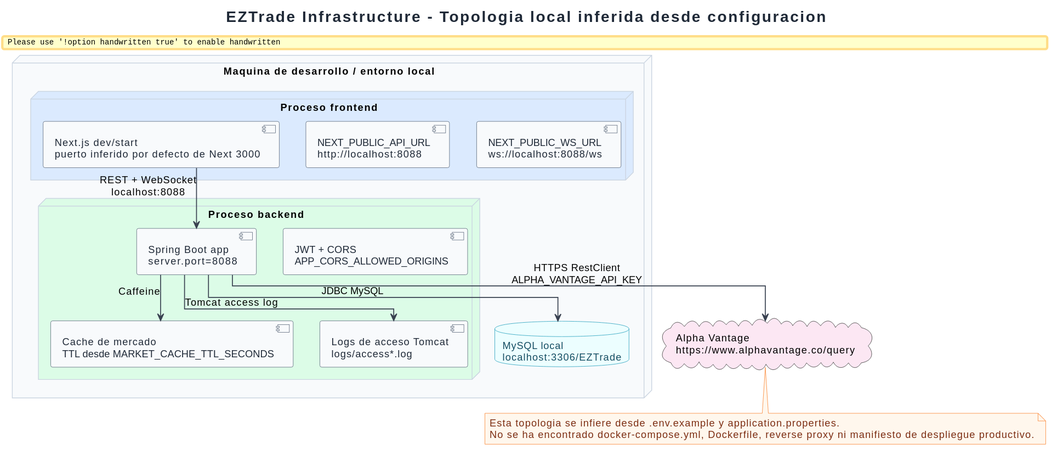
Above: EZTrade/docs/engineering-diagrams/06-devops-infrastructure/rendered/runtime-topology-local.svg in SergioGarciaRuiz557/EZTrade (PlantUML), before the change. The source it was exported from:
```plantuml
@startuml
!include ../../common/eztrade-style.puml

title EZTrade Infrastructure - Topologia local inferida desde configuracion

node "Maquina de desarrollo / entorno local" as Local {
  node "Proceso frontend" as FrontNode EZ_FRONTEND {
    component "Next.js dev/start\npuerto inferido por defecto de Next 3000" as Next
    component "NEXT_PUBLIC_API_URL\nhttp://localhost:8088" as ApiEnv
    component "NEXT_PUBLIC_WS_URL\nws://localhost:8088/ws" as WsEnv
  }

  node "Proceso backend" as BackNode EZ_BACKEND {
    component "Spring Boot app\nserver.port=8088" as Spring
    component "JWT + CORS\nAPP_CORS_ALLOWED_ORIGINS" as SecurityConfig
    component "Cache de mercado\nTTL desde MARKET_CACHE_TTL_SECONDS" as Cache
    component "Logs de acceso Tomcat\nlogs/access*.log" as AccessLogs
  }

  database "MySQL local\nlocalhost:3306/EZTrade" as MySQL EZ_DB
}

cloud "Alpha Vantage\nhttps://www.alphavantage.co/query" as Alpha EZ_EXTERNAL

Next --> Spring : REST + WebSocket\nlocalhost:8088
Spring --> MySQL : JDBC MySQL
Spring --> Alpha : HTTPS RestClient\nALPHA_VANTAGE_API_KEY
Spring --> AccessLogs : Tomcat access log
Spring --> Cache : Caffeine

note bottom
Esta topologia se infiere desde .env.example y application.properties.
No se ha encontrado docker-compose.yml, Dockerfile, reverse proxy ni manifiesto de despliegue productivo.
end note
@enduml
```
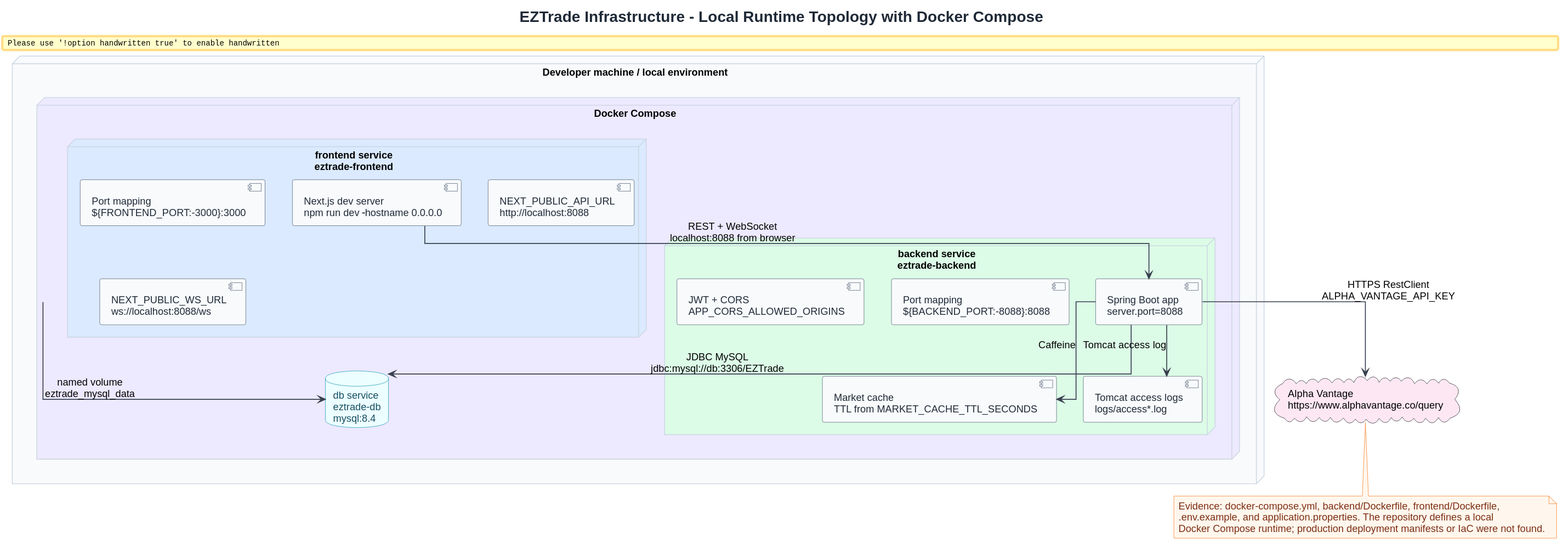
After the change.

Diff of the diagram source:
```diff
@@ -1,35 +1,41 @@
 @startuml
 !include ../../common/eztrade-style.puml
 
-title EZTrade Infrastructure - Topologia local inferida desde configuracion
+title EZTrade Infrastructure - Local Runtime Topology with Docker Compose
 
-node "Maquina de desarrollo / entorno local" as Local {
-  node "Proceso frontend" as FrontNode EZ_FRONTEND {
-    component "Next.js dev/start\npuerto inferido por defecto de Next 3000" as Next
-    component "NEXT_PUBLIC_API_URL\nhttp://localhost:8088" as ApiEnv
-    component "NEXT_PUBLIC_WS_URL\nws://localhost:8088/ws" as WsEnv
+node "Developer machine / local environment" as Local {
+  node "Docker Compose" as Compose EZ_DEVOPS {
+    node "frontend service\neztrade-frontend" as FrontNode EZ_FRONTEND {
+      component "Next.js dev server\nnpm run dev -- --hostname 0.0.0.0" as Next
+      component "Port mapping\n${FRONTEND_PORT:-3000}:3000" as FrontPort
+      component "NEXT_PUBLIC_API_URL\nhttp://localhost:8088" as ApiEnv
+      component "NEXT_PUBLIC_WS_URL\nws://localhost:8088/ws" as WsEnv
+    }
+
+    node "backend service\neztrade-backend" as BackNode EZ_BACKEND {
+      component "Spring Boot app\nserver.port=8088" as Spring
+      component "Port mapping\n${BACKEND_PORT:-8088}:8088" as BackPort
+      component "JWT + CORS\nAPP_CORS_ALLOWED_ORIGINS" as SecurityConfig
+      component "Market cache\nTTL from MARKET_CACHE_TTL_SECONDS" as Cache
+      component "Tomcat access logs\nlogs/access*.log" as AccessLogs
+    }
+
+    database "db service\neztrade-db\nmysql:8.4" as MySQL EZ_DB
   }
-
-  node "Proceso backend" as BackNode EZ_BACKEND {
-    component "Spring Boot app\nserver.port=8088" as Spring
-    component "JWT + CORS\nAPP_CORS_ALLOWED_ORIGINS" as SecurityConfig
-    component "Cache de mercado\nTTL desde MARKET_CACHE_TTL_SECONDS" as Cache
-    component "Logs de acceso Tomcat\nlogs/access*.log" as AccessLogs
-  }
-
-  database "MySQL local\nlocalhost:3306/EZTrade" as MySQL EZ_DB
 }
 
 cloud "Alpha Vantage\nhttps://www.alphavantage.co/query" as Alpha EZ_EXTERNAL
 
-Next --> Spring : REST + WebSocket\nlocalhost:8088
-Spring --> MySQL : JDBC MySQL
+Next --> Spring : REST + WebSocket\nlocalhost:8088 from browser
+Spring --> MySQL : JDBC MySQL\njdbc:mysql://db:3306/EZTrade
 Spring --> Alpha : HTTPS RestClient\nALPHA_VANTAGE_API_KEY
 Spring --> AccessLogs : Tomcat access log
 Spring --> Cache : Caffeine
+Compose --> MySQL : named volume\neztrade_mysql_data
 
 note bottom
-Esta topologia se infiere desde .env.example y application.properties.
-No se ha encontrado docker-compose.yml, Dockerfile, reverse proxy ni manifiesto de despliegue productivo.
+Evidence: docker-compose.yml, backend/Dockerfile, frontend/Dockerfile,
+.env.example, and application.properties. The repository defines a local
+Docker Compose runtime; production deployment manifests or IaC were not found.
 end note
 @enduml
```
